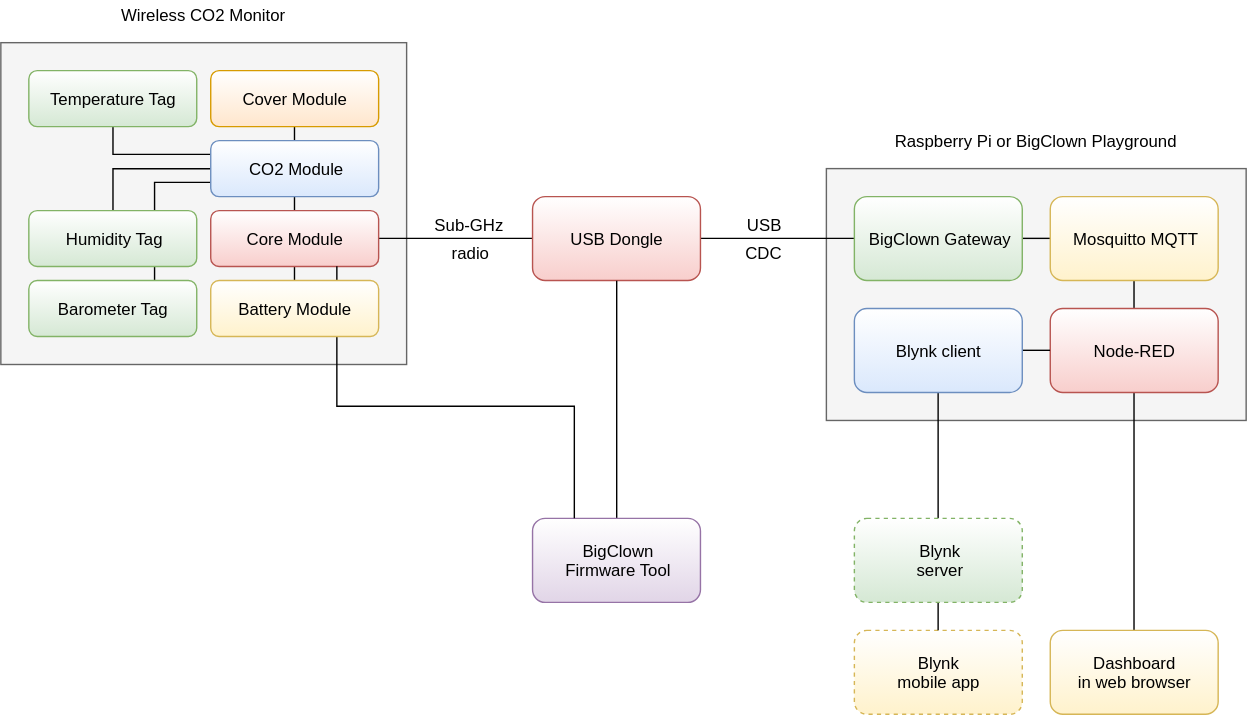
Before: static/doc/projects/wireless-co2-monitor/block-diagram.svg, a diagram exported from draw.io (hardwario/bc-website). Source tidied: cells renumbered, new cells last; positions are measured from the earlier drawing's top-left corner, leaving out a move shared by most shapes.
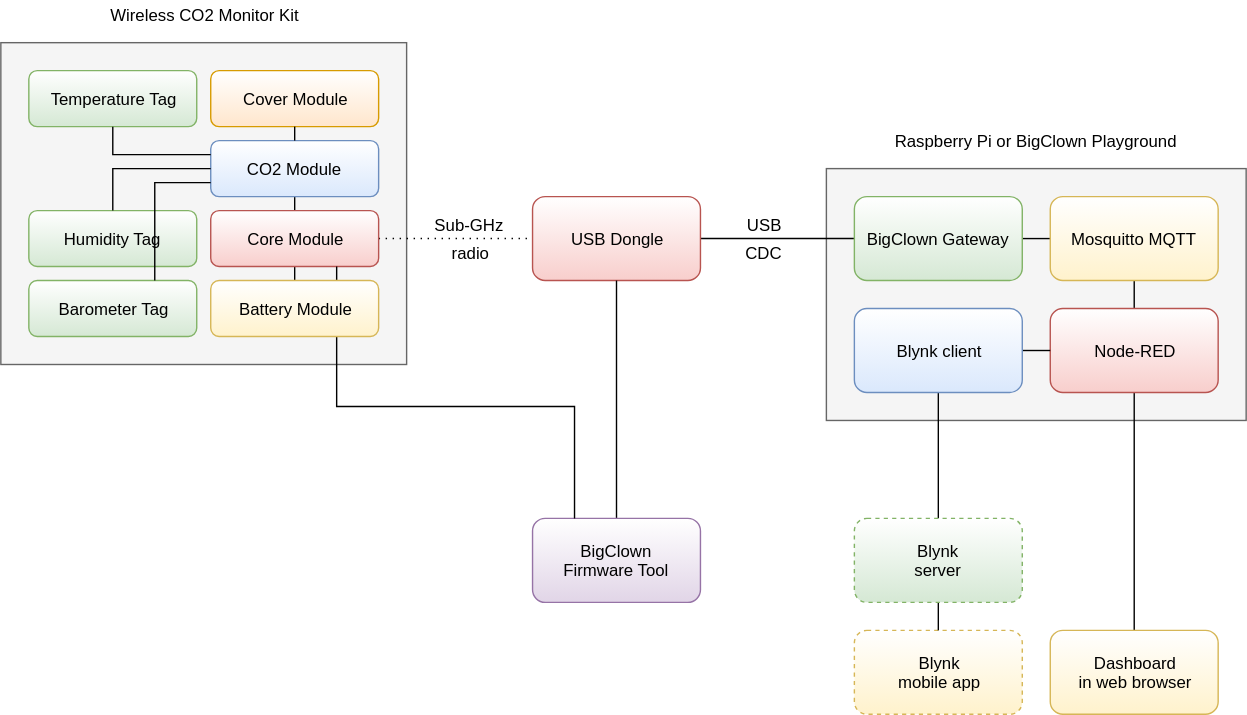
Later version of the same file.

Commit message:
Update block diagrams

The edit, as a diff of the source:
```diff
@@ -1,4 +1,4 @@
-<mxGraphModel background="#ffffff">
+<mxGraphModel>
   <root>
     <mxCell id="0" />
     <mxCell id="1" parent="0" />
@@ -8,124 +8,124 @@
     <mxCell id="3" style="rounded=0;whiteSpace=wrap;html=1;fillColor=#f5f5f5;strokeColor=#666666;" parent="1" vertex="1">
       <mxGeometry y="30" width="290" height="230" as="geometry" />
     </mxCell>
-    <mxCell id="4" style="edgeStyle=orthogonalEdgeStyle;rounded=0;html=1;exitX=0.5;exitY=1;entryX=0.5;entryY=0;jettySize=auto;endArrow=none;endFill=0;" parent="1" edge="1" source="9" target="12">
+    <mxCell id="4" style="edgeStyle=orthogonalEdgeStyle;rounded=0;html=1;exitX=0.5;exitY=1;entryX=0.5;entryY=0;jettySize=auto;endArrow=none;endFill=0;" parent="1" edge="1" source="5" target="8">
       <mxGeometry relative="1" as="geometry" />
     </mxCell>
-    <mxCell id="5" style="edgeStyle=orthogonalEdgeStyle;rounded=0;html=1;exitX=0.5;exitY=0;entryX=0.5;entryY=1;endArrow=none;endFill=0;jettySize=auto;" parent="1" edge="1" source="9" target="38">
-      <mxGeometry relative="1" as="geometry" />
+    <mxCell id="5" value="CO2 Module" style="rounded=1;whiteSpace=wrap;html=1;fillColor=#dae8fc;strokeColor=#6c8ebf;gradientDirection=north;gradientColor=#ffffff;" parent="1" vertex="1">
+      <mxGeometry x="150" y="100" width="120" height="40" as="geometry" />
     </mxCell>
-    <mxCell id="6" style="edgeStyle=orthogonalEdgeStyle;rounded=0;html=1;exitX=0;exitY=0.25;entryX=0.5;entryY=1;endArrow=none;endFill=0;jettySize=auto;" parent="1" edge="1" source="9" target="41">
+    <mxCell id="6" style="edgeStyle=orthogonalEdgeStyle;rounded=0;html=1;exitX=0.5;exitY=1;entryX=0.5;entryY=0;endArrow=none;endFill=0;jettySize=auto;" parent="1" edge="1" source="8" target="21">
       <mxGeometry relative="1" as="geometry" />
     </mxCell>
-    <mxCell id="7" style="edgeStyle=orthogonalEdgeStyle;rounded=0;html=1;exitX=0;exitY=0.5;entryX=0.5;entryY=0;endArrow=none;endFill=0;jettySize=auto;" parent="1" edge="1" source="9" target="39">
+    <mxCell id="7" style="edgeStyle=orthogonalEdgeStyle;rounded=0;html=1;exitX=1;exitY=0.5;entryX=0;entryY=0.5;endArrow=none;endFill=0;jettySize=auto;dashed=1;dashPattern=1 4;" parent="1" edge="1" source="8" target="10">
       <mxGeometry relative="1" as="geometry" />
     </mxCell>
-    <mxCell id="8" style="edgeStyle=orthogonalEdgeStyle;rounded=0;html=1;exitX=0;exitY=0.75;entryX=0.75;entryY=0;endArrow=none;endFill=0;jettySize=auto;" parent="1" edge="1" source="9" target="40">
-      <mxGeometry relative="1" as="geometry" />
+    <mxCell id="8" value="Core Module" style="rounded=1;whiteSpace=wrap;html=1;fillColor=#f8cecc;strokeColor=#b85450;gradientDirection=north;gradientColor=#ffffff;" parent="1" vertex="1">
+      <mxGeometry x="150" y="150" width="120" height="40" as="geometry" />
     </mxCell>
-    <mxCell id="9" value="CO2 Module" style="rounded=1;whiteSpace=wrap;html=1;fillColor=#dae8fc;strokeColor=#6c8ebf;gradientDirection=north;gradientColor=#ffffff;" parent="1" vertex="1">
-      <mxGeometry x="150" y="100" width="120" height="40" as="geometry" />
+    <mxCell id="9" style="edgeStyle=orthogonalEdgeStyle;rounded=0;html=1;exitX=1;exitY=0.5;entryX=0;entryY=0.5;endArrow=none;endFill=0;jettySize=auto;" parent="1" edge="1" source="10" target="12">
+      <mxGeometry relative="1" as="geometry" />
     </mxCell>
-    <mxCell id="10" style="edgeStyle=orthogonalEdgeStyle;rounded=0;html=1;exitX=0.5;exitY=1;entryX=0.5;entryY=0;endArrow=none;endFill=0;jettySize=auto;" parent="1" edge="1" source="12" target="25">
-      <mxGeometry relative="1" as="geometry" />
+    <mxCell id="10" value="USB Dongle" style="rounded=1;whiteSpace=wrap;html=1;fillColor=#f8cecc;strokeColor=#b85450;gradientDirection=north;gradientColor=#ffffff;" parent="1" vertex="1">
+      <mxGeometry x="380" y="140" width="120" height="60" as="geometry" />
     </mxCell>
     <mxCell id="11" style="edgeStyle=orthogonalEdgeStyle;rounded=0;html=1;exitX=1;exitY=0.5;entryX=0;entryY=0.5;endArrow=none;endFill=0;jettySize=auto;" parent="1" edge="1" source="12" target="14">
       <mxGeometry relative="1" as="geometry" />
     </mxCell>
-    <mxCell id="12" value="Core Module" style="rounded=1;whiteSpace=wrap;html=1;fillColor=#f8cecc;strokeColor=#b85450;gradientDirection=north;gradientColor=#ffffff;" parent="1" vertex="1">
-      <mxGeometry x="150" y="150" width="120" height="40" as="geometry" />
+    <mxCell id="12" value="BigClown Gateway" style="rounded=1;whiteSpace=wrap;html=1;fillColor=#d5e8d4;strokeColor=#82b366;gradientDirection=north;gradientColor=#ffffff;" parent="1" vertex="1">
+      <mxGeometry x="610" y="140" width="120" height="60" as="geometry" />
     </mxCell>
-    <mxCell id="13" style="edgeStyle=orthogonalEdgeStyle;rounded=0;html=1;exitX=1;exitY=0.5;entryX=0;entryY=0.5;endArrow=none;endFill=0;jettySize=auto;" parent="1" edge="1" source="14" target="16">
+    <mxCell id="13" style="edgeStyle=orthogonalEdgeStyle;rounded=0;html=1;exitX=0.5;exitY=1;entryX=0.5;entryY=0;endArrow=none;endFill=0;jettySize=auto;" parent="1" edge="1" source="14" target="16">
       <mxGeometry relative="1" as="geometry" />
     </mxCell>
-    <mxCell id="14" value="USB Dongle" style="rounded=1;whiteSpace=wrap;html=1;fillColor=#f8cecc;strokeColor=#b85450;gradientDirection=north;gradientColor=#ffffff;" parent="1" vertex="1">
-      <mxGeometry x="380" y="140" width="120" height="60" as="geometry" />
+    <mxCell id="14" value="Mosquitto MQTT" style="rounded=1;whiteSpace=wrap;html=1;fillColor=#fff2cc;strokeColor=#d6b656;gradientColor=#ffffff;gradientDirection=north;" parent="1" vertex="1">
+      <mxGeometry x="750" y="140" width="120" height="60" as="geometry" />
     </mxCell>
-    <mxCell id="15" style="edgeStyle=orthogonalEdgeStyle;rounded=0;html=1;exitX=1;exitY=0.5;entryX=0;entryY=0.5;endArrow=none;endFill=0;jettySize=auto;" parent="1" edge="1" source="16" target="18">
+    <mxCell id="15" style="edgeStyle=orthogonalEdgeStyle;rounded=0;html=1;exitX=0.5;exitY=1;entryX=0.5;entryY=0;endArrow=none;endFill=0;jettySize=auto;" parent="1" edge="1" source="16" target="33">
       <mxGeometry relative="1" as="geometry" />
     </mxCell>
-    <mxCell id="16" value="BigClown Gateway" style="rounded=1;whiteSpace=wrap;html=1;fillColor=#d5e8d4;strokeColor=#82b366;gradientDirection=north;gradientColor=#ffffff;" parent="1" vertex="1">
-      <mxGeometry x="610" y="140" width="120" height="60" as="geometry" />
+    <mxCell id="16" value="Node-RED" style="rounded=1;whiteSpace=wrap;html=1;fillColor=#f8cecc;strokeColor=#b85450;gradientDirection=north;gradientColor=#ffffff;" parent="1" vertex="1">
+      <mxGeometry x="750" y="220" width="120" height="60" as="geometry" />
     </mxCell>
-    <mxCell id="17" style="edgeStyle=orthogonalEdgeStyle;rounded=0;html=1;exitX=0.5;exitY=1;entryX=0.5;entryY=0;endArrow=none;endFill=0;jettySize=auto;" parent="1" edge="1" source="18" target="20">
+    <mxCell id="17" style="edgeStyle=orthogonalEdgeStyle;rounded=0;html=1;exitX=0.5;exitY=0;entryX=0.5;entryY=1;endArrow=none;endFill=0;jettySize=auto;" parent="1" edge="1" source="18" target="10">
       <mxGeometry relative="1" as="geometry" />
     </mxCell>
-    <mxCell id="18" value="Mosquitto MQTT" style="rounded=1;whiteSpace=wrap;html=1;fillColor=#fff2cc;strokeColor=#d6b656;gradientColor=#ffffff;gradientDirection=north;" parent="1" vertex="1">
-      <mxGeometry x="750" y="140" width="120" height="60" as="geometry" />
+    <mxCell id="18" value="BigClown&lt;div&gt;Firmware Tool&lt;/div&gt;" style="rounded=1;whiteSpace=wrap;html=1;fillColor=#e1d5e7;strokeColor=#9673a6;gradientDirection=north;gradientColor=#ffffff;" parent="1" vertex="1">
+      <mxGeometry x="380" y="370" width="120" height="60" as="geometry" />
     </mxCell>
-    <mxCell id="19" style="edgeStyle=orthogonalEdgeStyle;rounded=0;html=1;exitX=0.5;exitY=1;entryX=0.5;entryY=0;endArrow=none;endFill=0;jettySize=auto;" parent="1" edge="1" source="20" target="37">
-      <mxGeometry relative="1" as="geometry" />
+    <mxCell id="19" value="Blynk&lt;div&gt;mobile&amp;nbsp;&lt;span&gt;app&lt;/span&gt;&lt;/div&gt;" style="rounded=1;whiteSpace=wrap;html=1;fillColor=#fff2cc;strokeColor=#d6b656;gradientColor=#ffffff;gradientDirection=north;dashed=1;" parent="1" vertex="1">
+      <mxGeometry x="610" y="450" width="120" height="60" as="geometry" />
     </mxCell>
-    <mxCell id="20" value="Node-RED" style="rounded=1;whiteSpace=wrap;html=1;fillColor=#f8cecc;strokeColor=#b85450;gradientDirection=north;gradientColor=#ffffff;" parent="1" vertex="1">
-      <mxGeometry x="750" y="220" width="120" height="60" as="geometry" />
+    <mxCell id="20" style="edgeStyle=orthogonalEdgeStyle;rounded=0;html=1;exitX=0.25;exitY=0;entryX=0.75;entryY=1;endArrow=none;endFill=0;jettySize=auto;" parent="1" edge="1" source="18" target="8">
+      <mxGeometry relative="1" as="geometry">
+        <Array as="points">
+          <mxPoint x="410" y="290" />
+          <mxPoint x="240" y="290" />
+        </Array>
+      </mxGeometry>
     </mxCell>
-    <mxCell id="21" style="edgeStyle=orthogonalEdgeStyle;rounded=0;html=1;exitX=0.5;exitY=0;entryX=0.5;entryY=1;endArrow=none;endFill=0;jettySize=auto;" parent="1" edge="1" source="22" target="14">
-      <mxGeometry relative="1" as="geometry" />
+    <mxCell id="21" value="B&lt;span&gt;attery Module&lt;/span&gt;" style="rounded=1;whiteSpace=wrap;html=1;fillColor=#fff2cc;strokeColor=#d6b656;gradientColor=#ffffff;gradientDirection=north;" parent="1" vertex="1">
+      <mxGeometry x="150" y="200" width="120" height="40" as="geometry" />
     </mxCell>
-    <mxCell id="22" value="BigClown&lt;div&gt;Firmware Tool&lt;/div&gt;" style="rounded=1;whiteSpace=wrap;html=1;fillColor=#e1d5e7;strokeColor=#9673a6;gradientDirection=north;gradientColor=#ffffff;" parent="1" vertex="1">
-      <mxGeometry x="380" y="370" width="120" height="60" as="geometry" />
+    <mxCell id="22" style="edgeStyle=orthogonalEdgeStyle;rounded=0;html=1;exitX=0.5;exitY=1;entryX=0.5;entryY=0;endArrow=none;endFill=0;jettySize=auto;" parent="1" edge="1" source="24" target="19">
+      <mxGeometry relative="1" as="geometry" />
     </mxCell>
-    <mxCell id="23" value="Blynk&lt;div&gt;mobile&amp;nbsp;&lt;span&gt;app&lt;/span&gt;&lt;/div&gt;" style="rounded=1;whiteSpace=wrap;html=1;fillColor=#fff2cc;strokeColor=#d6b656;gradientColor=#ffffff;gradientDirection=north;dashed=1;" parent="1" vertex="1">
-      <mxGeometry x="610" y="450" width="120" height="60" as="geometry" />
+    <mxCell id="23" style="edgeStyle=orthogonalEdgeStyle;rounded=0;html=1;exitX=0.5;exitY=0;entryX=0.5;entryY=1;endArrow=none;endFill=0;jettySize=auto;" parent="1" edge="1" source="24" target="26">
+      <mxGeometry relative="1" as="geometry" />
     </mxCell>
-    <mxCell id="24" style="edgeStyle=orthogonalEdgeStyle;rounded=0;html=1;exitX=0.25;exitY=0;entryX=0.75;entryY=1;endArrow=none;endFill=0;jettySize=auto;" parent="1" edge="1" source="22" target="12">
-      <mxGeometry relative="1" as="geometry">
-        <Array as="points">
-          <mxPoint x="410" y="290" />
-          <mxPoint x="240" y="290" />
-        </Array>
-      </mxGeometry>
+    <mxCell id="24" value="Blynk&lt;div&gt;server&lt;/div&gt;" style="rounded=1;whiteSpace=wrap;html=1;fillColor=#d5e8d4;strokeColor=#82b366;gradientDirection=north;gradientColor=#ffffff;dashed=1;" parent="1" vertex="1">
+      <mxGeometry x="610" y="370" width="120" height="60" as="geometry" />
     </mxCell>
-    <mxCell id="25" value="B&lt;span&gt;attery Module&lt;/span&gt;" style="rounded=1;whiteSpace=wrap;html=1;fillColor=#fff2cc;strokeColor=#d6b656;gradientColor=#ffffff;gradientDirection=north;" parent="1" vertex="1">
-      <mxGeometry x="150" y="200" width="120" height="40" as="geometry" />
+    <mxCell id="25" style="edgeStyle=orthogonalEdgeStyle;rounded=0;html=1;exitX=1;exitY=0.5;entryX=0;entryY=0.5;endArrow=none;endFill=0;jettySize=auto;" parent="1" edge="1" source="26" target="16">
+      <mxGeometry relative="1" as="geometry" />
     </mxCell>
-    <mxCell id="26" style="edgeStyle=orthogonalEdgeStyle;rounded=0;html=1;exitX=0.5;exitY=1;entryX=0.5;entryY=0;endArrow=none;endFill=0;jettySize=auto;" parent="1" edge="1" source="28" target="23">
-      <mxGeometry relative="1" as="geometry" />
+    <mxCell id="26" value="Blynk client" style="rounded=1;whiteSpace=wrap;html=1;fillColor=#dae8fc;strokeColor=#6c8ebf;gradientDirection=north;gradientColor=#ffffff;" parent="1" vertex="1">
+      <mxGeometry x="610" y="220" width="120" height="60" as="geometry" />
     </mxCell>
-    <mxCell id="27" style="edgeStyle=orthogonalEdgeStyle;rounded=0;html=1;exitX=0.5;exitY=0;entryX=0.5;entryY=1;endArrow=none;endFill=0;jettySize=auto;" parent="1" edge="1" source="28" target="30">
-      <mxGeometry relative="1" as="geometry" />
+    <mxCell id="27" value="Wireless CO2 Monitor Kit" style="text;html=1;strokeColor=none;fillColor=none;align=center;verticalAlign=middle;whiteSpace=wrap;rounded=0;" parent="1" vertex="1">
+      <mxGeometry width="290" height="20" as="geometry" />
     </mxCell>
-    <mxCell id="28" value="Blynk&lt;div&gt;server&lt;/div&gt;" style="rounded=1;whiteSpace=wrap;html=1;fillColor=#d5e8d4;strokeColor=#82b366;gradientDirection=north;gradientColor=#ffffff;dashed=1;" parent="1" vertex="1">
-      <mxGeometry x="610" y="370" width="120" height="60" as="geometry" />
+    <mxCell id="28" value="Sub-GHz" style="text;html=1;strokeColor=none;fillColor=none;align=center;verticalAlign=middle;whiteSpace=wrap;rounded=0;" parent="1" vertex="1">
+      <mxGeometry x="290" y="150" width="90" height="20" as="geometry" />
     </mxCell>
-    <mxCell id="29" style="edgeStyle=orthogonalEdgeStyle;rounded=0;html=1;exitX=1;exitY=0.5;entryX=0;entryY=0.5;endArrow=none;endFill=0;jettySize=auto;" parent="1" edge="1" source="30" target="20">
-      <mxGeometry relative="1" as="geometry" />
+    <mxCell id="29" value="radio" style="text;html=1;strokeColor=none;fillColor=none;align=center;verticalAlign=middle;whiteSpace=wrap;rounded=0;" parent="1" vertex="1">
+      <mxGeometry x="290" y="170" width="90" height="20" as="geometry" />
     </mxCell>
-    <mxCell id="30" value="Blynk client" style="rounded=1;whiteSpace=wrap;html=1;fillColor=#dae8fc;strokeColor=#6c8ebf;gradientDirection=north;gradientColor=#ffffff;" parent="1" vertex="1">
-      <mxGeometry x="610" y="220" width="120" height="60" as="geometry" />
+    <mxCell id="30" value="USB" style="text;html=1;strokeColor=none;fillColor=none;align=center;verticalAlign=middle;whiteSpace=wrap;rounded=0;" parent="1" vertex="1">
+      <mxGeometry x="500" y="150" width="90" height="20" as="geometry" />
     </mxCell>
-    <mxCell id="31" value="Wireless CO2 Monitor" style="text;html=1;strokeColor=none;fillColor=none;align=center;verticalAlign=middle;whiteSpace=wrap;rounded=0;" parent="1" vertex="1">
-      <mxGeometry width="290" height="20" as="geometry" />
+    <mxCell id="31" value="CDC" style="text;html=1;strokeColor=none;fillColor=none;align=center;verticalAlign=middle;whiteSpace=wrap;rounded=0;" parent="1" vertex="1">
+      <mxGeometry x="500" y="170" width="90" height="20" as="geometry" />
     </mxCell>
-    <mxCell id="32" value="Sub-GHz" style="text;html=1;strokeColor=none;fillColor=none;align=center;verticalAlign=middle;whiteSpace=wrap;rounded=0;" parent="1" vertex="1">
-      <mxGeometry x="290" y="150" width="90" height="20" as="geometry" />
+    <mxCell id="32" value="Raspberry Pi or BigClown Playground" style="text;html=1;strokeColor=none;fillColor=none;align=center;verticalAlign=middle;whiteSpace=wrap;rounded=0;" parent="1" vertex="1">
+      <mxGeometry x="590" y="90" width="300" height="20" as="geometry" />
     </mxCell>
-    <mxCell id="33" value="radio" style="text;html=1;strokeColor=none;fillColor=none;align=center;verticalAlign=middle;whiteSpace=wrap;rounded=0;" parent="1" vertex="1">
-      <mxGeometry x="290" y="170" width="90" height="20" as="geometry" />
+    <mxCell id="33" value="Dashboard&lt;div&gt;in web browser&lt;/div&gt;" style="rounded=1;whiteSpace=wrap;html=1;fillColor=#fff2cc;strokeColor=#d6b656;gradientColor=#ffffff;gradientDirection=north;" parent="1" vertex="1">
+      <mxGeometry x="750" y="450" width="120" height="60" as="geometry" />
     </mxCell>
-    <mxCell id="34" value="USB" style="text;html=1;strokeColor=none;fillColor=none;align=center;verticalAlign=middle;whiteSpace=wrap;rounded=0;" parent="1" vertex="1">
-      <mxGeometry x="500" y="150" width="90" height="20" as="geometry" />
+    <mxCell id="34" value="Cover Module" style="rounded=1;whiteSpace=wrap;html=1;fillColor=#ffe6cc;strokeColor=#d79b00;gradientDirection=north;gradientColor=#ffffff;" parent="1" vertex="1">
+      <mxGeometry x="150" y="50" width="120" height="40" as="geometry" />
     </mxCell>
-    <mxCell id="35" value="CDC" style="text;html=1;strokeColor=none;fillColor=none;align=center;verticalAlign=middle;whiteSpace=wrap;rounded=0;" parent="1" vertex="1">
-      <mxGeometry x="500" y="170" width="90" height="20" as="geometry" />
+    <mxCell id="35" style="edgeStyle=orthogonalEdgeStyle;rounded=0;html=1;exitX=0.5;exitY=0;entryX=0.5;entryY=1;endArrow=none;endFill=0;jettySize=auto;" parent="1" edge="1" source="5" target="34">
+      <mxGeometry relative="1" as="geometry" />
     </mxCell>
-    <mxCell id="36" value="Raspberry Pi or BigClown Playground" style="text;html=1;strokeColor=none;fillColor=none;align=center;verticalAlign=middle;whiteSpace=wrap;rounded=0;" parent="1" vertex="1">
-      <mxGeometry x="590" y="90" width="300" height="20" as="geometry" />
+    <mxCell id="36" value="Humidity Tag" style="rounded=1;whiteSpace=wrap;html=1;fillColor=#d5e8d4;strokeColor=#82b366;gradientDirection=north;gradientColor=#ffffff;" parent="1" vertex="1">
+      <mxGeometry x="20" y="150" width="120" height="40" as="geometry" />
     </mxCell>
-    <mxCell id="37" value="Dashboard&lt;div&gt;in web browser&lt;/div&gt;" style="rounded=1;whiteSpace=wrap;html=1;fillColor=#fff2cc;strokeColor=#d6b656;gradientColor=#ffffff;gradientDirection=north;" parent="1" vertex="1">
-      <mxGeometry x="750" y="450" width="120" height="60" as="geometry" />
+    <mxCell id="37" value="Barometer Tag" style="rounded=1;whiteSpace=wrap;html=1;fillColor=#d5e8d4;strokeColor=#82b366;gradientDirection=north;gradientColor=#ffffff;" parent="1" vertex="1">
+      <mxGeometry x="20" y="200" width="120" height="40" as="geometry" />
     </mxCell>
-    <mxCell id="38" value="Cover Module" style="rounded=1;whiteSpace=wrap;html=1;fillColor=#ffe6cc;strokeColor=#d79b00;gradientDirection=north;gradientColor=#ffffff;" parent="1" vertex="1">
-      <mxGeometry x="150" y="50" width="120" height="40" as="geometry" />
+    <mxCell id="38" value="Temperature Tag" style="rounded=1;whiteSpace=wrap;html=1;fillColor=#d5e8d4;strokeColor=#82b366;gradientDirection=north;gradientColor=#ffffff;" parent="1" vertex="1">
+      <mxGeometry x="20" y="50" width="120" height="40" as="geometry" />
     </mxCell>
-    <mxCell id="39" value="Humidity Tag" style="rounded=1;whiteSpace=wrap;html=1;fillColor=#d5e8d4;strokeColor=#82b366;gradientDirection=north;gradientColor=#ffffff;" parent="1" vertex="1">
-      <mxGeometry x="20" y="150" width="120" height="40" as="geometry" />
+    <mxCell id="39" style="edgeStyle=orthogonalEdgeStyle;rounded=0;html=1;exitX=0;exitY=0.25;entryX=0.5;entryY=1;endArrow=none;endFill=0;jettySize=auto;" parent="1" edge="1" source="5" target="38">
+      <mxGeometry relative="1" as="geometry" />
     </mxCell>
-    <mxCell id="40" value="Barometer Tag" style="rounded=1;whiteSpace=wrap;html=1;fillColor=#d5e8d4;strokeColor=#82b366;gradientDirection=north;gradientColor=#ffffff;" parent="1" vertex="1">
-      <mxGeometry x="20" y="200" width="120" height="40" as="geometry" />
+    <mxCell id="40" style="edgeStyle=orthogonalEdgeStyle;rounded=0;html=1;exitX=0;exitY=0.5;entryX=0.5;entryY=0;endArrow=none;endFill=0;jettySize=auto;" parent="1" edge="1" source="5" target="36">
+      <mxGeometry relative="1" as="geometry" />
     </mxCell>
-    <mxCell id="41" value="Temperature Tag" style="rounded=1;whiteSpace=wrap;html=1;fillColor=#d5e8d4;strokeColor=#82b366;gradientDirection=north;gradientColor=#ffffff;" parent="1" vertex="1">
-      <mxGeometry x="20" y="50" width="120" height="40" as="geometry" />
+    <mxCell id="41" style="edgeStyle=orthogonalEdgeStyle;rounded=0;html=1;exitX=0;exitY=0.75;entryX=0.75;entryY=0;endArrow=none;endFill=0;jettySize=auto;" parent="1" edge="1" source="5" target="37">
+      <mxGeometry relative="1" as="geometry" />
     </mxCell>
   </root>
 </mxGraphModel>
```
